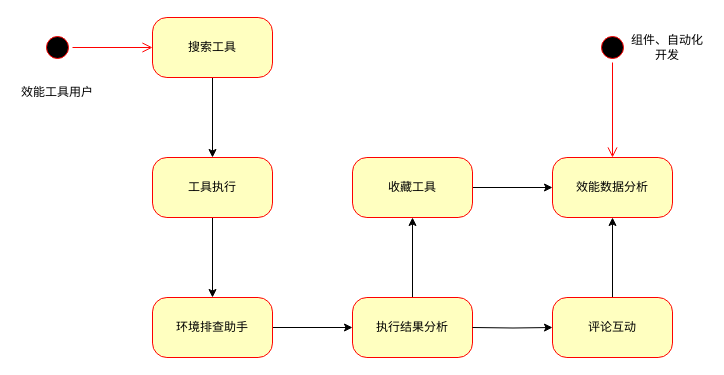
Before: 业务流程用户.drawio in JimmyKsdas/TestPlantForm, a draw.io diagram. Source tidied: cells renumbered, new cells numbered last; positions are measured from the earlier drawing's top-left corner, leaving out a move shared by most shapes. Both pictures are drawn from the tidied source at 100%, with x=0, y=0 at pixel (17, 17).
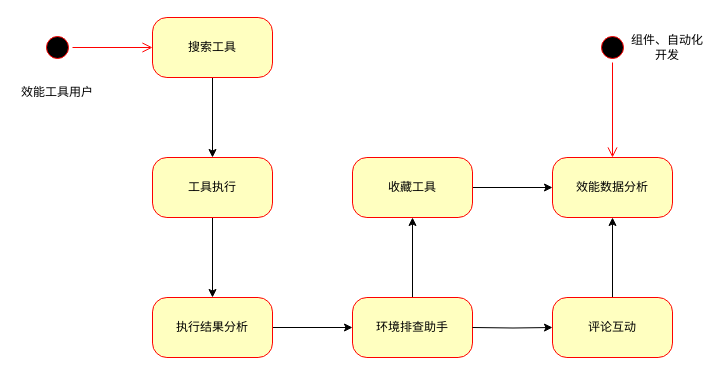
The same diagram, later.

Commit message:
Update 业务流程用户.drawio

The edit, as a diff of the source:
```diff
@@
-    <mxCell id="8" value="环境排查助手" style="rounded=1;whiteSpace=wrap;html=1;arcSize=24;fillColor=#ffffc0;strokeColor=#ff0000;shadow=0;comic=0;labelBackgroundColor=none;fontFamily=Verdana;fontSize=12;fontColor=#000000;align=center;" parent="1" vertex="1">
+    <mxCell id="8" value="执行结果分析" style="rounded=1;whiteSpace=wrap;html=1;arcSize=24;fillColor=#ffffc0;strokeColor=#ff0000;shadow=0;comic=0;labelBackgroundColor=none;fontFamily=Verdana;fontSize=12;fontColor=#000000;align=center;" parent="1" vertex="1">
       <mxGeometry x="135" y="280" width="120" height="60" as="geometry" />
     </mxCell>
@@
-    <mxCell id="10" value="执行结果分析" style="rounded=1;whiteSpace=wrap;html=1;arcSize=24;fillColor=#ffffc0;strokeColor=#ff0000;shadow=0;comic=0;labelBackgroundColor=none;fontFamily=Verdana;fontSize=12;fontColor=#000000;align=center;" parent="1" vertex="1">
+    <mxCell id="10" value="环境排查助手" style="rounded=1;whiteSpace=wrap;html=1;arcSize=24;fillColor=#ffffc0;strokeColor=#ff0000;shadow=0;comic=0;labelBackgroundColor=none;fontFamily=Verdana;fontSize=12;fontColor=#000000;align=center;" parent="1" vertex="1">
       <mxGeometry x="335" y="280" width="120" height="60" as="geometry" />
     </mxCell>
```
